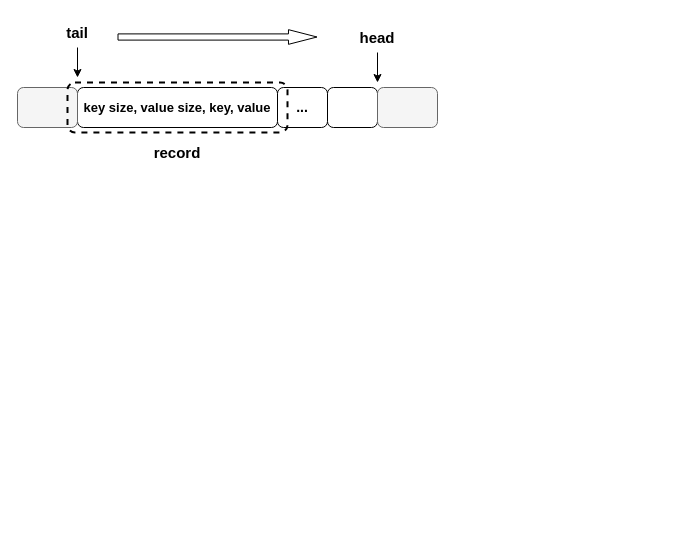
This is page "第 2 页" (2 of 3) of RabbitKV.drawio from yeqiyi/drawIO, a draw.io file, before an edit. Source tidied: cells renumbered, new cells numbered last; positions are measured from the earlier drawing's top-left corner, leaving out a move shared by most shapes. Both pictures are drawn from the tidied source at 100%, with x=0, y=0 at pixel (17, 17).
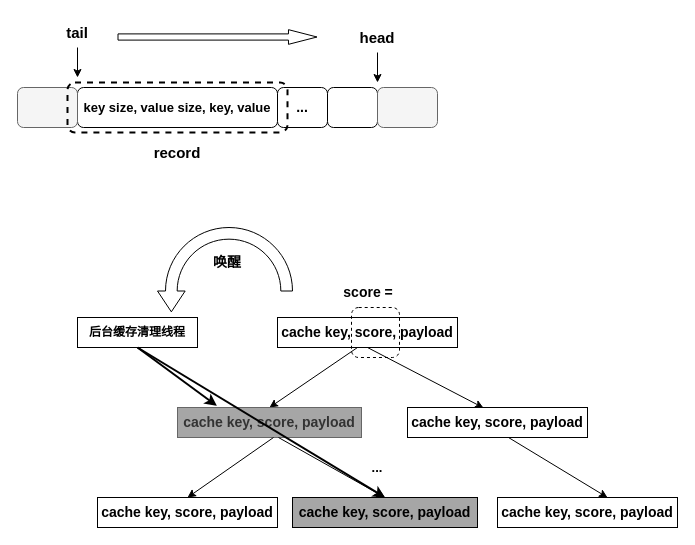
After the change.

Diff of the diagram source:
```diff
@@
+    <mxCell id="14" value="&lt;b&gt;&lt;font style=&quot;font-size: 14px;&quot;&gt;cache key, score, payload&lt;/font&gt;&lt;/b&gt;" style="rounded=0;whiteSpace=wrap;html=1;" parent="1" vertex="1">
+      <mxGeometry x="260" y="300" width="180" height="30" as="geometry" />
+    </mxCell>
+    <mxCell id="15" style="endArrow=classic;html=1;rounded=0;entryX=0.5;entryY=0;entryDx=0;entryDy=0;" parent="1" edge="1" target="16">
+      <mxGeometry relative="1" as="geometry">
+        <mxPoint x="340" y="330" as="sourcePoint" />
+      </mxGeometry>
+    </mxCell>
+    <mxCell id="16" value="&lt;b&gt;&lt;font style=&quot;font-size: 14px;&quot;&gt;cache key, score, payload&lt;/font&gt;&lt;/b&gt;" style="rounded=0;whiteSpace=wrap;html=1;fillColor=#A6A6A6;fontColor=#333333;strokeColor=#666666;" parent="1" vertex="1">
+      <mxGeometry x="160" y="390" width="184" height="30" as="geometry" />
+    </mxCell>
+    <mxCell id="17" value="&lt;b&gt;&lt;font style=&quot;font-size: 14px;&quot;&gt;cache key, score, payload&lt;/font&gt;&lt;/b&gt;" style="rounded=0;whiteSpace=wrap;html=1;" parent="1" vertex="1">
+      <mxGeometry x="390" y="390" width="180" height="30" as="geometry" />
+    </mxCell>
+    <mxCell id="18" style="endArrow=classic;html=1;rounded=0;entryX=0.422;entryY=0.011;entryDx=0;entryDy=0;exitX=0.5;exitY=1;exitDx=0;exitDy=0;entryPerimeter=0;" parent="1" edge="1" source="14" target="17">
+      <mxGeometry relative="1" as="geometry" />
+    </mxCell>
+    <mxCell id="19" style="endArrow=classic;html=1;rounded=0;entryX=0.5;entryY=0;entryDx=0;entryDy=0;" parent="1" edge="1" target="20">
+      <mxGeometry relative="1" as="geometry">
+        <mxPoint x="256" y="420" as="sourcePoint" />
+      </mxGeometry>
+    </mxCell>
+    <mxCell id="20" value="&lt;b&gt;&lt;font style=&quot;font-size: 14px;&quot;&gt;cache key, score, payload&lt;/font&gt;&lt;/b&gt;" style="rounded=0;whiteSpace=wrap;html=1;" parent="1" vertex="1">
+      <mxGeometry x="80" y="480" width="180" height="30" as="geometry" />
+    </mxCell>
+    <mxCell id="21" style="endArrow=classic;html=1;rounded=0;entryX=0.5;entryY=0;entryDx=0;entryDy=0;exitX=0.5;exitY=1;exitDx=0;exitDy=0;" parent="1" edge="1" target="22">
+      <mxGeometry relative="1" as="geometry">
+        <mxPoint x="261" y="420" as="sourcePoint" />
+      </mxGeometry>
+    </mxCell>
+    <mxCell id="22" value="&lt;b&gt;&lt;font style=&quot;font-size: 14px;&quot;&gt;cache key, score, payload&lt;/font&gt;&lt;/b&gt;" style="rounded=0;whiteSpace=wrap;html=1;fillColor=#A6A6A6;" parent="1" vertex="1">
+      <mxGeometry x="275" y="480" width="185" height="30" as="geometry" />
+    </mxCell>
+    <mxCell id="23" style="endArrow=classic;html=1;rounded=0;" parent="1" edge="1">
+      <mxGeometry relative="1" as="geometry">
+        <mxPoint x="491" y="420" as="sourcePoint" />
+        <mxPoint x="590" y="480" as="targetPoint" />
+      </mxGeometry>
+    </mxCell>
+    <mxCell id="24" value="&lt;b&gt;&lt;font style=&quot;font-size: 14px;&quot;&gt;cache key, score, payload&lt;/font&gt;&lt;/b&gt;" style="rounded=0;whiteSpace=wrap;html=1;" parent="1" vertex="1">
+      <mxGeometry x="480" y="480" width="180" height="30" as="geometry" />
+    </mxCell>
+    <mxCell id="25" value="&lt;b&gt;&lt;font style=&quot;font-size: 13px;&quot;&gt;...&lt;/font&gt;&lt;/b&gt;" style="text;html=1;strokeColor=none;fillColor=none;align=center;verticalAlign=middle;whiteSpace=wrap;rounded=0;" parent="1" vertex="1">
+      <mxGeometry x="330" y="435" width="60" height="30" as="geometry" />
+    </mxCell>
+    <mxCell id="26" value="&lt;b&gt;后台缓存清理线程&lt;/b&gt;" style="rounded=0;whiteSpace=wrap;html=1;" parent="1" vertex="1">
+      <mxGeometry x="60" y="300" width="120" height="30" as="geometry" />
+    </mxCell>
+    <mxCell id="27" style="endArrow=classic;html=1;rounded=0;entryX=0.214;entryY=-0.056;entryDx=0;entryDy=0;entryPerimeter=0;strokeWidth=2;exitX=0.5;exitY=1;exitDx=0;exitDy=0;" parent="1" edge="1" source="26" target="16">
+      <mxGeometry relative="1" as="geometry" />
+    </mxCell>
+    <mxCell id="28" style="endArrow=classic;html=1;rounded=0;exitX=0.5;exitY=1;exitDx=0;exitDy=0;strokeWidth=2;entryX=0.5;entryY=0;entryDx=0;entryDy=0;" parent="1" edge="1" source="26" target="22">
+      <mxGeometry relative="1" as="geometry" />
+    </mxCell>
+    <mxCell id="29" style="rounded=1;whiteSpace=wrap;html=1;fillColor=none;dashed=1;" parent="1" vertex="1">
+      <mxGeometry x="334" y="290" width="48" height="50" as="geometry" />
+    </mxCell>
+    <mxCell id="30" value="&lt;b&gt;&lt;font style=&quot;font-size: 14px;&quot;&gt;score =&amp;nbsp;&lt;/font&gt;&lt;/b&gt;" style="text;html=1;strokeColor=none;fillColor=none;align=center;verticalAlign=middle;whiteSpace=wrap;rounded=0;" parent="1" vertex="1">
+      <mxGeometry x="270" y="260" width="166" height="30" as="geometry" />
+    </mxCell>
+    <mxCell id="31" style="html=1;shadow=0;dashed=0;align=center;verticalAlign=middle;shape=mxgraph.arrows2.uTurnArrow;dy=5.83;arrowHead=27.67;dx2=20.84;direction=south;flipH=1;" parent="1" vertex="1">
+      <mxGeometry x="140" y="210" width="135" height="40" as="geometry" />
+    </mxCell>
+    <mxCell id="32" value="&lt;span style=&quot;font-size: 14px;&quot;&gt;&lt;b&gt;唤醒&lt;/b&gt;&lt;/span&gt;" style="text;html=1;strokeColor=none;fillColor=none;align=center;verticalAlign=middle;whiteSpace=wrap;rounded=0;" parent="1" vertex="1">
+      <mxGeometry x="127" y="230" width="166" height="30" as="geometry" />
+    </mxCell>
```
